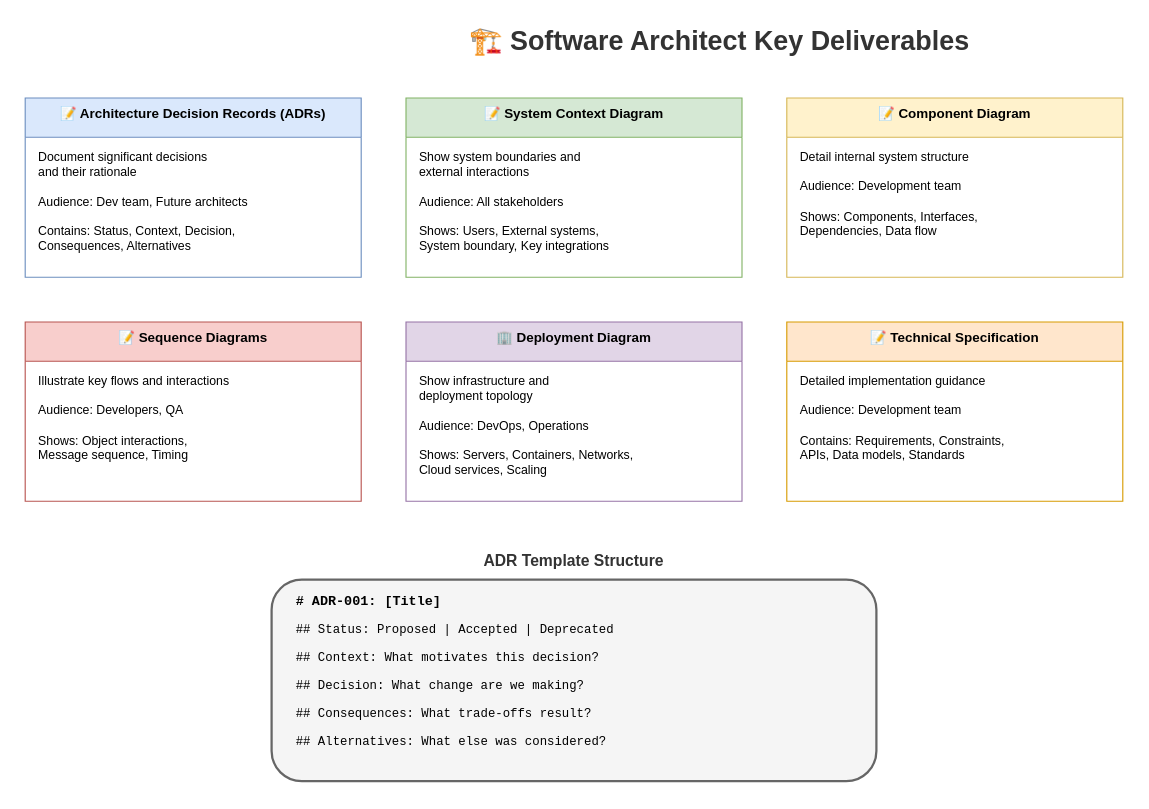
Earlier version of the draw.io diagram lesson-00-software-architect-overview/01-how-a-software-architect-works/1.3-key-deliverables.drawio (MrParkerZ7/document-lesson-software-architect-x-claude). Source tidied: cells renumbered, new cells numbered last; positions are measured from the earlier drawing's top-left corner, leaving out a move shared by most shapes. Both pictures are drawn from the tidied source at 112%, with x=0, y=0 at pixel (25, 19).
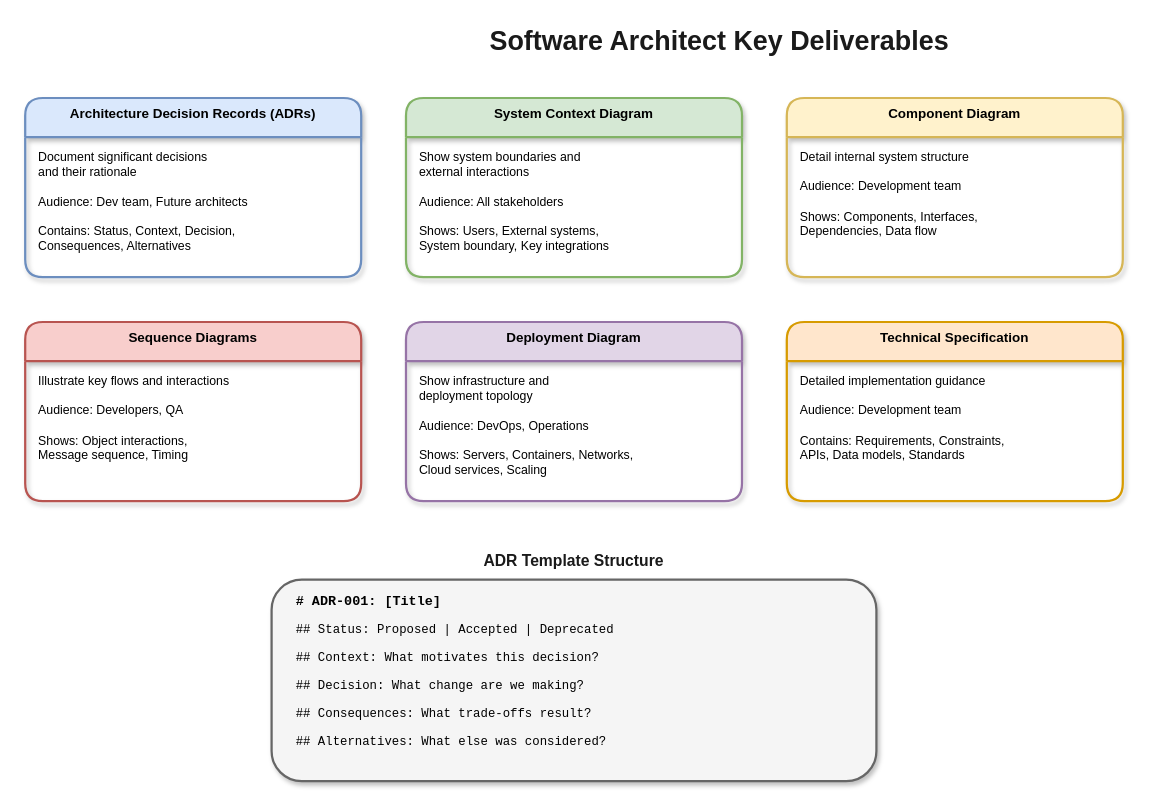
The same page after the edit.

What changed in the source:
```diff
@@
-    <mxCell id="2" value="🏗️ Software Architect Key Deliverables" style="text;html=1;strokeColor=none;fillColor=none;align=center;verticalAlign=middle;whiteSpace=wrap;rounded=0;fontSize=24;fontStyle=1;fontColor=#333333;" parent="1" vertex="1">
+    <mxCell id="2" value="Software Architect Key Deliverables" style="text;html=1;strokeColor=none;fillColor=none;align=center;verticalAlign=middle;whiteSpace=wrap;rounded=0;fontSize=24;fontStyle=1;fontColor=#1a1a1a;" parent="1" vertex="1">
       <mxGeometry x="370" width="500" height="40" as="geometry" />
     </mxCell>
-    <mxCell id="3" value="📝 Architecture Decision Records (ADRs)" style="swimlane;fontStyle=1;align=center;verticalAlign=top;horizontal=1;startSize=35;fillColor=#dae8fc;strokeColor=#6c8ebf;fontSize=12;" parent="1" vertex="1">
+    <mxCell id="3" value="Architecture Decision Records (ADRs)" style="swimlane;fontStyle=1;align=center;verticalAlign=top;horizontal=1;startSize=35;fillColor=#dae8fc;strokeColor=#6c8ebf;fontSize=12;rounded=1;shadow=1;strokeWidth=2;" parent="1" vertex="1">
       <mxGeometry y="70" width="300" height="160" as="geometry" />
     </mxCell>
@@
-    <mxCell id="5" value="📝 System Context Diagram" style="swimlane;fontStyle=1;align=center;verticalAlign=top;horizontal=1;startSize=35;fillColor=#d5e8d4;strokeColor=#82b366;fontSize=12;" parent="1" vertex="1">
+    <mxCell id="5" value="System Context Diagram" style="swimlane;fontStyle=1;align=center;verticalAlign=top;horizontal=1;startSize=35;fillColor=#d5e8d4;strokeColor=#82b366;fontSize=12;rounded=1;shadow=1;strokeWidth=2;" parent="1" vertex="1">
       <mxGeometry x="340" y="70" width="300" height="160" as="geometry" />
     </mxCell>
@@
-    <mxCell id="7" value="📝 Component Diagram" style="swimlane;fontStyle=1;align=center;verticalAlign=top;horizontal=1;startSize=35;fillColor=#fff2cc;strokeColor=#d6b656;fontSize=12;" parent="1" vertex="1">
+    <mxCell id="7" value="Component Diagram" style="swimlane;fontStyle=1;align=center;verticalAlign=top;horizontal=1;startSize=35;fillColor=#fff2cc;strokeColor=#d6b656;fontSize=12;rounded=1;shadow=1;strokeWidth=2;" parent="1" vertex="1">
       <mxGeometry x="680" y="70" width="300" height="160" as="geometry" />
     </mxCell>
@@
-    <mxCell id="9" value="📝 Sequence Diagrams" style="swimlane;fontStyle=1;align=center;verticalAlign=top;horizontal=1;startSize=35;fillColor=#f8cecc;strokeColor=#b85450;fontSize=12;" parent="1" vertex="1">
+    <mxCell id="9" value="Sequence Diagrams" style="swimlane;fontStyle=1;align=center;verticalAlign=top;horizontal=1;startSize=35;fillColor=#f8cecc;strokeColor=#b85450;fontSize=12;rounded=1;shadow=1;strokeWidth=2;" parent="1" vertex="1">
       <mxGeometry y="270" width="300" height="160" as="geometry" />
     </mxCell>
@@
-    <mxCell id="11" value="🏢 Deployment Diagram" style="swimlane;fontStyle=1;align=center;verticalAlign=top;horizontal=1;startSize=35;fillColor=#e1d5e7;strokeColor=#9673a6;fontSize=12;" parent="1" vertex="1">
+    <mxCell id="11" value="Deployment Diagram" style="swimlane;fontStyle=1;align=center;verticalAlign=top;horizontal=1;startSize=35;fillColor=#e1d5e7;strokeColor=#9673a6;fontSize=12;rounded=1;shadow=1;strokeWidth=2;" parent="1" vertex="1">
       <mxGeometry x="340" y="270" width="300" height="160" as="geometry" />
     </mxCell>
@@
-    <mxCell id="13" value="📝 Technical Specification" style="swimlane;fontStyle=1;align=center;verticalAlign=top;horizontal=1;startSize=35;fillColor=#ffe6cc;strokeColor=#d79b00;fontSize=12;" parent="1" vertex="1">
+    <mxCell id="13" value="Technical Specification" style="swimlane;fontStyle=1;align=center;verticalAlign=top;horizontal=1;startSize=35;fillColor=#ffe6cc;strokeColor=#d79b00;fontSize=12;rounded=1;shadow=1;strokeWidth=2;" parent="1" vertex="1">
       <mxGeometry x="680" y="270" width="300" height="160" as="geometry" />
     </mxCell>
@@
-    <mxCell id="15" value="ADR Template Structure" style="text;html=1;strokeColor=none;fillColor=none;align=center;verticalAlign=middle;whiteSpace=wrap;rounded=0;fontSize=14;fontStyle=1;fontColor=#333333;" parent="1" vertex="1">
+    <mxCell id="15" value="ADR Template Structure" style="text;html=1;strokeColor=none;fillColor=none;align=center;verticalAlign=middle;whiteSpace=wrap;rounded=0;fontSize=14;fontStyle=1;fontColor=#1a1a1a;" parent="1" vertex="1">
       <mxGeometry x="340" y="470" width="300" height="25" as="geometry" />
     </mxCell>
-    <mxCell id="16" style="rounded=1;whiteSpace=wrap;html=1;fillColor=#f5f5f5;strokeColor=#666666;strokeWidth=2;" parent="1" vertex="1">
+    <mxCell id="16" style="rounded=1;whiteSpace=wrap;html=1;fillColor=#f5f5f5;strokeColor=#666666;strokeWidth=2;shadow=1;" parent="1" vertex="1">
       <mxGeometry x="220" y="500" width="540" height="180" as="geometry" />
     </mxCell>
```
